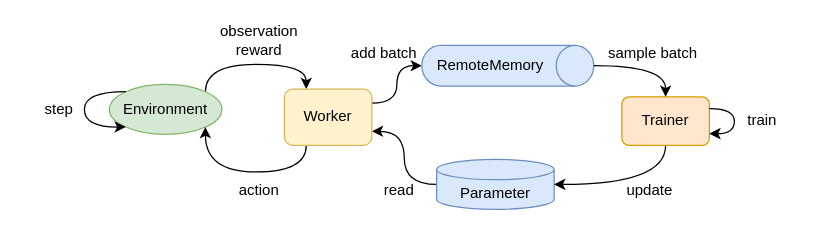
Before: page "sequence" (1 of 3) of diagrams/overview.drawio in pocokhc/simple_distributed_rl, a draw.io diagram. Source tidied: cells renumbered, new cells numbered last; positions are measured from the earlier drawing's top-left corner, leaving out a move shared by most shapes. Both pictures are drawn from the tidied source at 125%, with x=0, y=0 at pixel (21, -21).
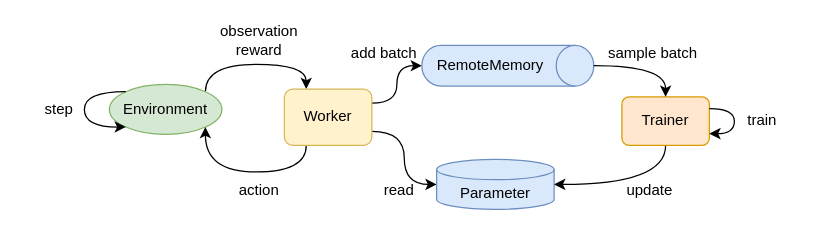
After the change.

The change refers to these unchanged cells:
```xml
<mxCell id="5" value="Parameter" style="shape=cylinder3;whiteSpace=wrap;html=1;boundedLbl=1;backgroundOutline=1;size=8.142857142857167;fillColor=#dae8fc;strokeColor=#6c8ebf;" parent="1" vertex="1">
  <mxGeometry x="331.8" y="144" width="94" height="40" as="geometry" />
</mxCell>
<mxCell id="12" value="Worker" style="rounded=1;whiteSpace=wrap;html=1;fillColor=#fff2cc;strokeColor=#d6b656;" parent="1" vertex="1">
  <mxGeometry x="210" y="87.8" width="70" height="45" as="geometry" />
</mxCell>
```

Diff of the diagram source:
```diff
@@
-    <mxCell id="4" style="edgeStyle=orthogonalEdgeStyle;curved=1;rounded=0;jettySize=auto;html=1;exitX=0;exitY=0.5;exitDx=0;exitDy=0;exitPerimeter=0;entryX=1;entryY=0.75;entryDx=0;entryDy=0;" parent="1" edge="1" source="5" target="12">
+    <mxCell id="4" style="edgeStyle=orthogonalEdgeStyle;curved=1;rounded=0;jettySize=auto;html=1;exitX=0;exitY=0.5;exitDx=0;exitDy=0;exitPerimeter=0;entryX=1;entryY=0.75;entryDx=0;entryDy=0;endArrow=none;endFill=0;startArrow=classic;startFill=1;" parent="1" edge="1" source="5" target="12">
       <mxGeometry relative="1" as="geometry" />
     </mxCell>
```
